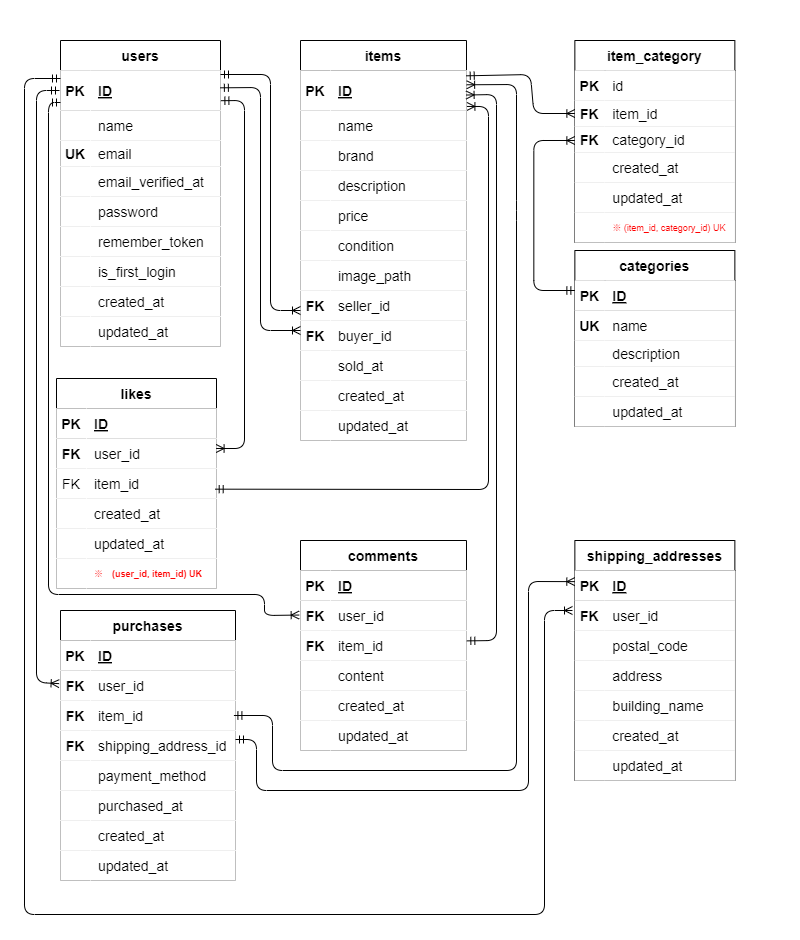
This is fleamarket.drawio.png from ponponmama/coachtech-flea-market, a draw.io export, as it was before one commit. Source tidied: cells renumbered, new cells last; positions are measured from the earlier drawing's top-left corner, leaving out a move shared by most shapes.
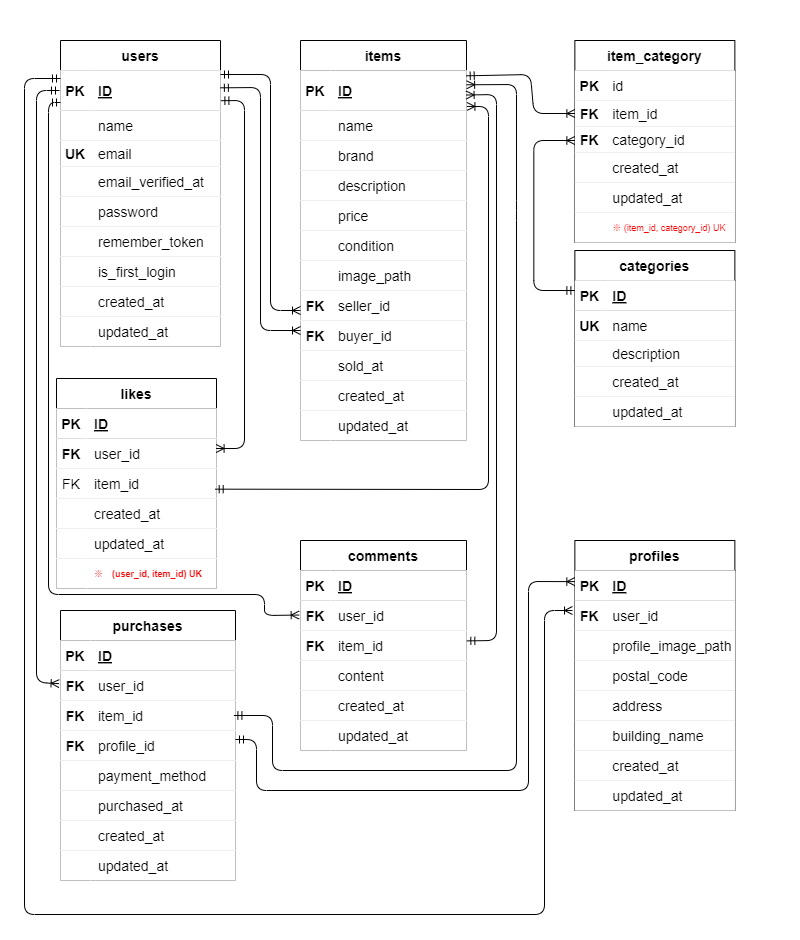
After the change.

Diff of the diagram source:
```diff
@@ -248,8 +248,8 @@
     <mxCell id="83" value="updated_at" style="shape=partialRectangle;fillColor=default;top=0;left=0;bottom=0;right=0;align=left;spacingLeft=6;overflow=hidden;fontSize=14;strokeColor=#000000;perimeterSpacing=0;swimlaneLine=1;strokeWidth=1;labelBorderColor=none;swimlaneFillColor=#000000;" parent="81" vertex="1">
       <mxGeometry x="30" width="130" height="30" as="geometry" />
     </mxCell>
-    <mxCell id="84" value="shipping_addresses" style="shape=table;startSize=30;rowLines=0;fontStyle=1;align=center;fontSize=14;fillColor=default;strokeColor=#000000;labelBorderColor=none;swimlaneFillColor=#000000;" parent="2" vertex="1">
-      <mxGeometry x="574.4" y="540" width="160" height="240" as="geometry" />
+    <mxCell id="84" value="profiles" style="shape=table;startSize=30;rowLines=0;fontStyle=1;align=center;fontSize=14;fillColor=default;strokeColor=#000000;labelBorderColor=none;swimlaneFillColor=#000000;" parent="2" vertex="1">
+      <mxGeometry x="574.4" y="540" width="160" height="270" as="geometry" />
     </mxCell>
     <mxCell id="85" style="shape=tableRow;horizontal=0;startSize=0;swimlaneHead=0;swimlaneBody=0;fillColor=default;top=0;left=0;right=0;bottom=1;fontSize=14;strokeColor=#000000;labelBorderColor=none;swimlaneFillColor=#000000;" parent="84" vertex="1">
       <mxGeometry y="30" width="160" height="30" as="geometry" />
@@ -269,8 +269,17 @@
     <mxCell id="90" value="user_id" style="shape=partialRectangle;fillColor=default;top=0;left=0;bottom=0;right=0;align=left;spacingLeft=6;overflow=hidden;fontSize=14;strokeColor=#000000;labelBorderColor=none;swimlaneFillColor=#000000;" parent="88" vertex="1">
       <mxGeometry x="30" width="130" height="30" as="geometry" />
     </mxCell>
+    <mxCell id="202" style="shape=tableRow;horizontal=0;startSize=0;swimlaneHead=0;swimlaneBody=0;fillColor=default;top=0;left=0;right=0;bottom=0;fontSize=14;strokeColor=#000000;labelBorderColor=none;swimlaneFillColor=#000000;" parent="84" vertex="1">
+      <mxGeometry y="90" width="160" height="30" as="geometry" />
+    </mxCell>
+    <mxCell id="203" style="shape=partialRectangle;fillColor=default;top=0;left=0;bottom=0;right=0;overflow=hidden;fontSize=14;strokeColor=#000000;labelBorderColor=none;swimlaneFillColor=#000000;" parent="202" vertex="1">
+      <mxGeometry width="30" height="30" as="geometry" />
+    </mxCell>
+    <mxCell id="204" value="profile_image_path" style="shape=partialRectangle;fillColor=default;top=0;left=0;bottom=0;right=0;align=left;spacingLeft=6;overflow=hidden;fontSize=14;strokeColor=#000000;labelBorderColor=none;swimlaneFillColor=#000000;" parent="202" vertex="1">
+      <mxGeometry x="30" width="130" height="30" as="geometry" />
+    </mxCell>
     <mxCell id="91" style="shape=tableRow;horizontal=0;startSize=0;swimlaneHead=0;swimlaneBody=0;fillColor=default;top=0;left=0;right=0;bottom=0;fontSize=14;strokeColor=#000000;labelBorderColor=none;swimlaneFillColor=#000000;" parent="84" vertex="1">
-      <mxGeometry y="90" width="160" height="30" as="geometry" />
+      <mxGeometry y="120" width="160" height="30" as="geometry" />
     </mxCell>
     <mxCell id="92" style="shape=partialRectangle;fillColor=default;top=0;left=0;bottom=0;right=0;overflow=hidden;fontSize=14;strokeColor=#000000;labelBorderColor=none;swimlaneFillColor=#000000;" parent="91" vertex="1">
       <mxGeometry width="30" height="30" as="geometry" />
@@ -279,7 +288,7 @@
       <mxGeometry x="30" width="130" height="30" as="geometry" />
     </mxCell>
     <mxCell id="94" style="shape=tableRow;horizontal=0;startSize=0;swimlaneHead=0;swimlaneBody=0;fillColor=default;top=0;left=0;right=0;bottom=0;fontSize=14;strokeColor=#000000;labelBorderColor=none;swimlaneFillColor=#000000;" parent="84" vertex="1">
-      <mxGeometry y="120" width="160" height="30" as="geometry" />
+      <mxGeometry y="150" width="160" height="30" as="geometry" />
     </mxCell>
     <mxCell id="95" style="shape=partialRectangle;fillColor=default;top=0;left=0;bottom=0;right=0;overflow=hidden;fontSize=14;strokeColor=#000000;labelBorderColor=none;swimlaneFillColor=#000000;" parent="94" vertex="1">
       <mxGeometry width="30" height="30" as="geometry" />
@@ -288,7 +297,7 @@
       <mxGeometry x="30" width="130" height="30" as="geometry" />
     </mxCell>
     <mxCell id="97" style="shape=tableRow;horizontal=0;startSize=0;swimlaneHead=0;swimlaneBody=0;fillColor=default;top=0;left=0;right=0;bottom=0;fontSize=14;strokeColor=#000000;labelBorderColor=none;swimlaneFillColor=#000000;" parent="84" vertex="1">
-      <mxGeometry y="150" width="160" height="30" as="geometry" />
+      <mxGeometry y="180" width="160" height="30" as="geometry" />
     </mxCell>
     <mxCell id="98" style="shape=partialRectangle;fillColor=default;top=0;left=0;bottom=0;right=0;overflow=hidden;fontSize=14;strokeColor=#000000;labelBorderColor=none;swimlaneFillColor=#000000;" parent="97" vertex="1">
       <mxGeometry width="30" height="30" as="geometry" />
@@ -297,7 +306,7 @@
       <mxGeometry x="30" width="130" height="30" as="geometry" />
     </mxCell>
     <mxCell id="100" style="shape=tableRow;horizontal=0;startSize=0;swimlaneHead=0;swimlaneBody=0;fillColor=default;top=0;left=0;right=0;bottom=0;fontSize=14;strokeColor=#000000;labelBorderColor=none;swimlaneFillColor=#000000;" parent="84" vertex="1">
-      <mxGeometry y="180" width="160" height="30" as="geometry" />
+      <mxGeometry y="210" width="160" height="30" as="geometry" />
     </mxCell>
     <mxCell id="101" style="shape=partialRectangle;fillColor=default;top=0;left=0;bottom=0;right=0;overflow=hidden;fontSize=14;strokeColor=#000000;labelBorderColor=none;swimlaneFillColor=#000000;" parent="100" vertex="1">
       <mxGeometry width="30" height="30" as="geometry" />
@@ -306,7 +315,7 @@
       <mxGeometry x="30" width="130" height="30" as="geometry" />
     </mxCell>
     <mxCell id="103" style="shape=tableRow;horizontal=0;startSize=0;swimlaneHead=0;swimlaneBody=0;fillColor=default;top=0;left=0;right=0;bottom=0;fontSize=14;strokeColor=#000000;labelBorderColor=none;swimlaneFillColor=#000000;" parent="84" vertex="1">
-      <mxGeometry y="210" width="160" height="30" as="geometry" />
+      <mxGeometry y="240" width="160" height="30" as="geometry" />
     </mxCell>
     <mxCell id="104" style="shape=partialRectangle;fillColor=default;top=0;left=0;bottom=0;right=0;overflow=hidden;fontSize=14;strokeColor=#000000;labelBorderColor=none;swimlaneFillColor=#000000;" parent="103" vertex="1">
       <mxGeometry width="30" height="30" as="geometry" />
@@ -407,7 +416,7 @@
     <mxCell id="136" value="FK" style="shape=partialRectangle;fillColor=default;top=0;left=0;bottom=0;right=0;overflow=hidden;fontSize=14;strokeColor=#000000;labelBorderColor=none;swimlaneFillColor=#000000;fontStyle=1;" parent="135" vertex="1">
       <mxGeometry width="30" height="30" as="geometry" />
     </mxCell>
-    <mxCell id="137" value="shipping_address_id" style="shape=partialRectangle;fillColor=default;top=0;left=0;bottom=0;right=0;align=left;spacingLeft=6;overflow=hidden;fontSize=14;strokeColor=#000000;labelBorderColor=none;swimlaneFillColor=#000000;" parent="135" vertex="1">
+    <mxCell id="137" value="profile_id" style="shape=partialRectangle;fillColor=default;top=0;left=0;bottom=0;right=0;align=left;spacingLeft=6;overflow=hidden;fontSize=14;strokeColor=#000000;labelBorderColor=none;swimlaneFillColor=#000000;" parent="135" vertex="1">
       <mxGeometry x="30" width="145" height="30" as="geometry" />
     </mxCell>
     <mxCell id="138" style="shape=tableRow;horizontal=0;startSize=0;swimlaneHead=0;swimlaneBody=0;fillColor=default;top=0;left=0;right=0;bottom=0;fontSize=14;strokeColor=#000000;labelBorderColor=none;swimlaneFillColor=#000000;" parent="125" vertex="1">
```
